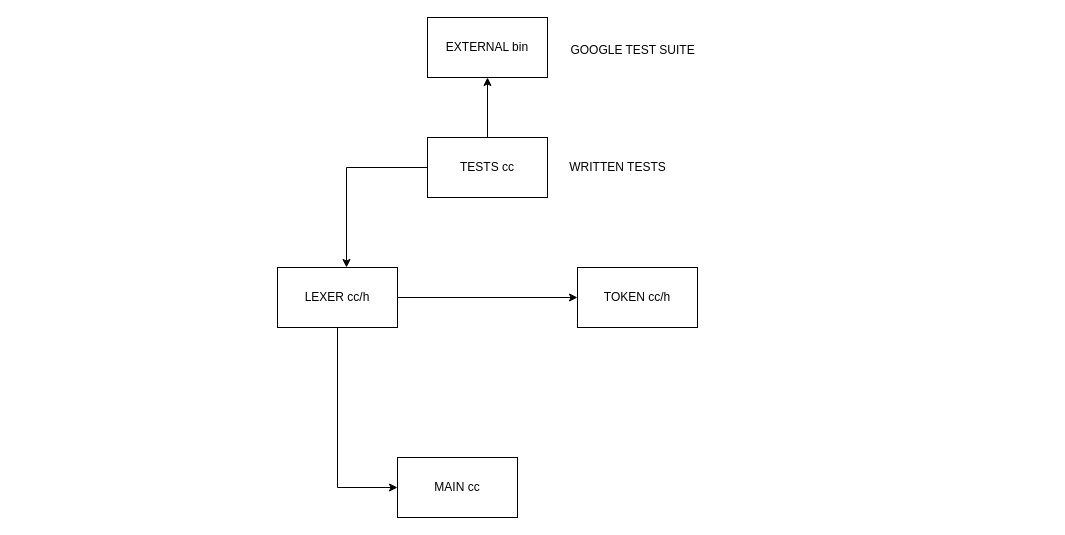
Above: diagram.drawio in aakarshan-raj/interpreter (draw.io), before the change. Source tidied: cells renumbered, new cells numbered last; positions are measured from the earlier drawing's top-left corner, leaving out a move shared by most shapes. Both pictures are drawn from the tidied source at 100%, with x=0, y=0 at pixel (277, 17).
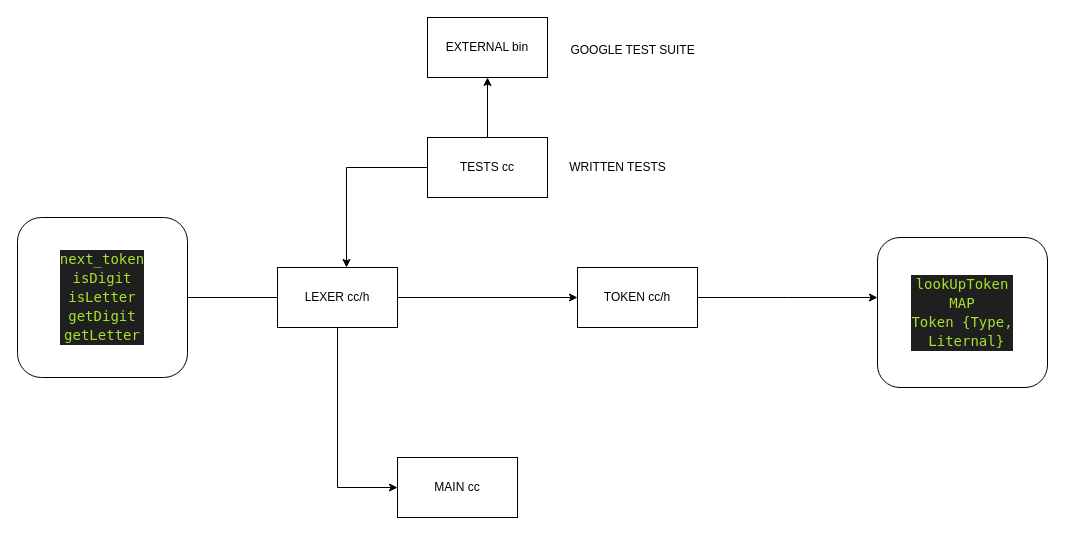
After the change.

What changed in the source:
```diff
@@
 <mxGraphModel>
   <root>
     <mxCell id="0" />
     <mxCell id="1" parent="0" />
     <mxCell id="2" style="edgeStyle=orthogonalEdgeStyle;rounded=0;jettySize=auto;html=1;entryX=0;entryY=0.5;entryDx=0;entryDy=0;" parent="1" edge="1" source="4" target="5">
       <mxGeometry relative="1" as="geometry" />
     </mxCell>
     <mxCell id="3" style="edgeStyle=orthogonalEdgeStyle;rounded=0;jettySize=auto;html=1;entryX=0;entryY=0.5;entryDx=0;entryDy=0;" parent="1" edge="1" source="4" target="8">
       <mxGeometry relative="1" as="geometry" />
     </mxCell>
+    <mxCell id="13" style="edgeStyle=orthogonalEdgeStyle;rounded=0;jettySize=auto;html=1;" parent="1" edge="1" source="4">
+      <mxGeometry relative="1" as="geometry">
+        <mxPoint x="-120" y="280" as="targetPoint" />
+      </mxGeometry>
+    </mxCell>
     <mxCell id="4" value="LEXER cc/h" style="rounded=0;whiteSpace=wrap;html=1;" parent="1" vertex="1">
       <mxGeometry y="250" width="120" height="60" as="geometry" />
     </mxCell>
+    <mxCell id="14" style="edgeStyle=orthogonalEdgeStyle;rounded=0;jettySize=auto;html=1;" parent="1" edge="1" source="5">
+      <mxGeometry relative="1" as="geometry">
+        <mxPoint x="600" y="280" as="targetPoint" />
+      </mxGeometry>
+    </mxCell>
     <mxCell id="5" value="TOKEN cc/h" style="rounded=0;whiteSpace=wrap;html=1;" parent="1" vertex="1">
       <mxGeometry x="300" y="250" width="120" height="60" as="geometry" />
     </mxCell>
     <mxCell id="6" style="edgeStyle=orthogonalEdgeStyle;rounded=0;jettySize=auto;html=1;entryX=0.5;entryY=1;entryDx=0;entryDy=0;" parent="1" edge="1" source="7" target="9">
       <mxGeometry relative="1" as="geometry" />
     </mxCell>
     <mxCell id="7" value="TESTS cc" style="rounded=0;whiteSpace=wrap;html=1;" parent="1" vertex="1">
       <mxGeometry x="150" y="120" width="120" height="60" as="geometry" />
     </mxCell>
     <mxCell id="8" value="MAIN cc" style="rounded=0;whiteSpace=wrap;html=1;" parent="1" vertex="1">
       <mxGeometry x="120" y="440" width="120" height="60" as="geometry" />
     </mxCell>
     <mxCell id="9" value="EXTERNAL bin" style="rounded=0;whiteSpace=wrap;html=1;" parent="1" vertex="1">
       <mxGeometry x="150" width="120" height="60" as="geometry" />
     </mxCell>
     <mxCell id="10" value="GOOGLE TEST SUITE" style="text;html=1;align=center;verticalAlign=middle;strokeColor=none;fillColor=none;" parent="1" vertex="1">
       <mxGeometry x="280" y="18" width="150" height="30" as="geometry" />
     </mxCell>
     <mxCell id="11" value="WRITTEN TESTS" style="text;html=1;align=center;verticalAlign=middle;strokeColor=none;fillColor=none;" parent="1" vertex="1">
       <mxGeometry x="280" y="135" width="120" height="30" as="geometry" />
     </mxCell>
     <mxCell id="12" style="edgeStyle=orthogonalEdgeStyle;rounded=0;jettySize=auto;html=1;entryX=0.575;entryY=0;entryDx=0;entryDy=0;entryPerimeter=0;" parent="1" edge="1" source="7" target="4">
       <mxGeometry relative="1" as="geometry" />
     </mxCell>
+    <mxCell id="15" value="&lt;div style=&quot;background-color: rgb(31, 31, 31); font-family: &amp;quot;Droid Sans Mono&amp;quot;, &amp;quot;monospace&amp;quot;, monospace; font-size: 14px; line-height: 19px; white-space: pre;&quot;&gt;&lt;div style=&quot;&quot;&gt;&lt;span style=&quot;color: rgb(166, 226, 46);&quot;&gt;lookUpToken&lt;/span&gt;&lt;/div&gt;&lt;span style=&quot;color: rgb(166, 226, 46);&quot;&gt;&lt;div style=&quot;&quot;&gt;MAP&lt;/div&gt;&lt;/span&gt;&lt;span style=&quot;color: rgb(166, 226, 46);&quot;&gt;&lt;div style=&quot;&quot;&gt;Token {Type,&lt;/div&gt;&lt;/span&gt;&lt;span style=&quot;color: rgb(166, 226, 46);&quot;&gt;&lt;div style=&quot;&quot;&gt; Liternal}&lt;/div&gt;&lt;/span&gt;&lt;/div&gt;" style="rounded=1;whiteSpace=wrap;html=1;align=center;" parent="1" vertex="1">
+      <mxGeometry x="600" y="220" width="170" height="150" as="geometry" />
+    </mxCell>
+    <mxCell id="16" value="&lt;div style=&quot;color: rgb(221, 221, 221); background-color: rgb(31, 31, 31); font-family: &amp;quot;Droid Sans Mono&amp;quot;, &amp;quot;monospace&amp;quot;, monospace; font-size: 14px; line-height: 19px; white-space: pre;&quot;&gt;&lt;span style=&quot;color: #a6e22e;&quot;&gt;next_token&lt;/span&gt;&lt;/div&gt;&lt;div style=&quot;color: rgb(221, 221, 221); background-color: rgb(31, 31, 31); font-family: &amp;quot;Droid Sans Mono&amp;quot;, &amp;quot;monospace&amp;quot;, monospace; font-size: 14px; line-height: 19px; white-space: pre;&quot;&gt;&lt;span style=&quot;color: #a6e22e;&quot;&gt;isDigit&lt;/span&gt;&lt;/div&gt;&lt;div style=&quot;background-color: rgb(31, 31, 31); font-family: &amp;quot;Droid Sans Mono&amp;quot;, &amp;quot;monospace&amp;quot;, monospace; font-size: 14px; line-height: 19px; white-space: pre;&quot;&gt;&lt;font color=&quot;#a6e22e&quot;&gt;isLetter&lt;/font&gt;&lt;/div&gt;&lt;div style=&quot;background-color: rgb(31, 31, 31); font-family: &amp;quot;Droid Sans Mono&amp;quot;, &amp;quot;monospace&amp;quot;, monospace; font-size: 14px; line-height: 19px; white-space: pre;&quot;&gt;&lt;font color=&quot;#a6e22e&quot;&gt;getDigit&lt;/font&gt;&lt;/div&gt;&lt;div style=&quot;background-color: rgb(31, 31, 31); font-family: &amp;quot;Droid Sans Mono&amp;quot;, &amp;quot;monospace&amp;quot;, monospace; font-size: 14px; line-height: 19px; white-space: pre;&quot;&gt;&lt;font color=&quot;#a6e22e&quot;&gt;getLetter&lt;/font&gt;&lt;/div&gt;" style="rounded=1;whiteSpace=wrap;html=1;" parent="1" vertex="1">
+      <mxGeometry x="-260" y="200" width="170" height="160" as="geometry" />
+    </mxCell>
   </root>
 </mxGraphModel>
```
